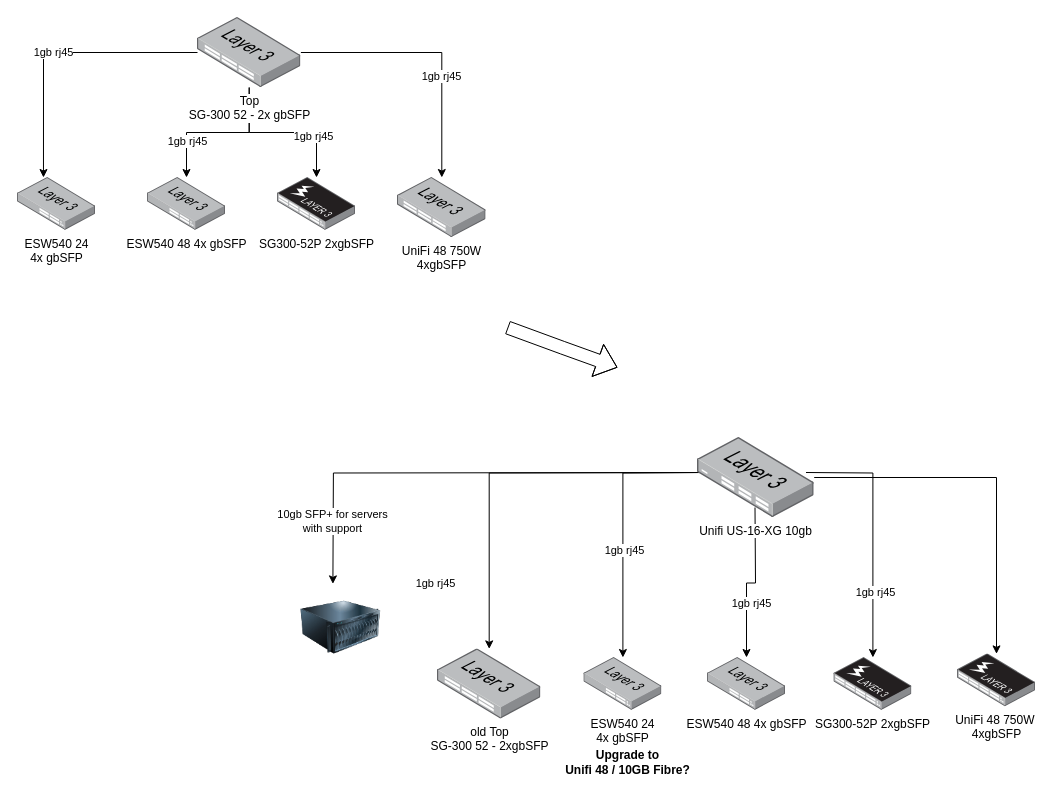
Before: bvg-switches.drawio in cwldev/draw, a draw.io diagram. Source tidied: cells renumbered, new cells numbered last; positions are measured from the earlier drawing's top-left corner, leaving out a move shared by most shapes. Both pictures are drawn from the tidied source at 100%, with x=0, y=0 at pixel (17, 17).
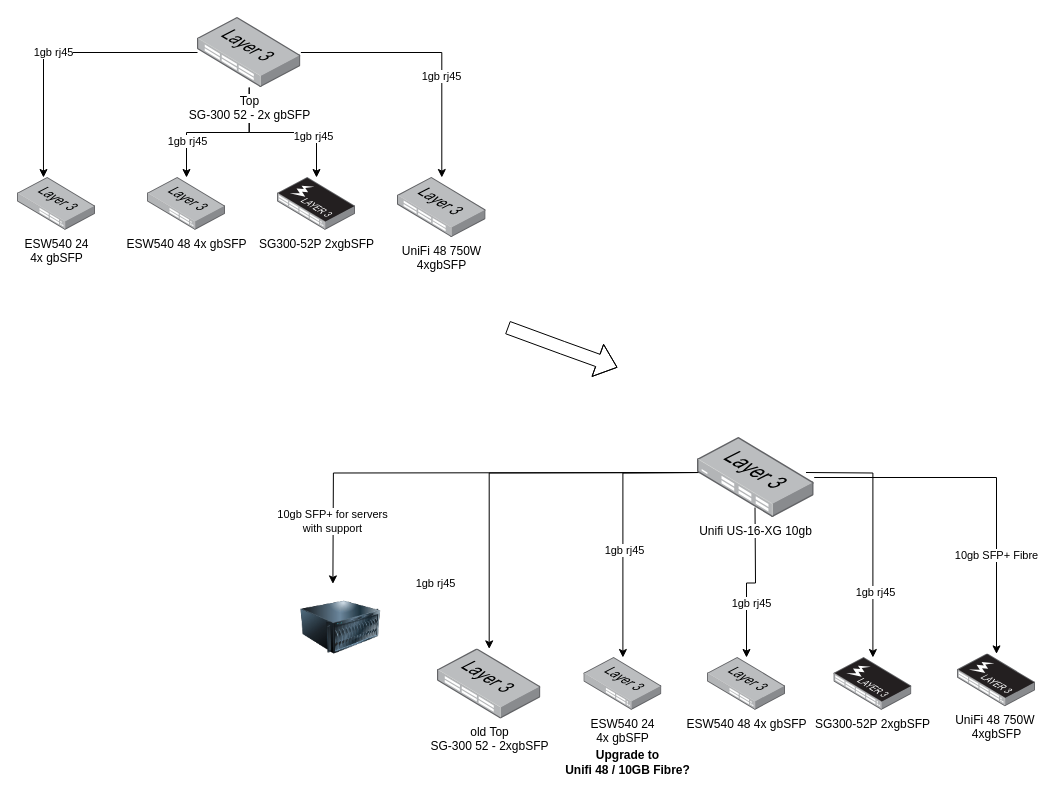
The same page after the edit.

Commit message:
Updated Unifi 48 port image

The change refers to these unchanged cells:
```xml
<mxCell id="31" style="edgeStyle=orthogonalEdgeStyle;rounded=0;jettySize=auto;html=1;" parent="1" edge="1" source="32" target="34">
  <mxGeometry relative="1" as="geometry" />
</mxCell>
```

Change to the diagram source:
```diff
@@
+    <mxCell id="35" value="10gb SFP+ Fibre" style="edgeLabel;html=1;align=center;verticalAlign=middle;" parent="31" vertex="1">
+      <mxGeometry x="0.45" y="-1" relative="1" as="geometry" />
+    </mxCell>
```
